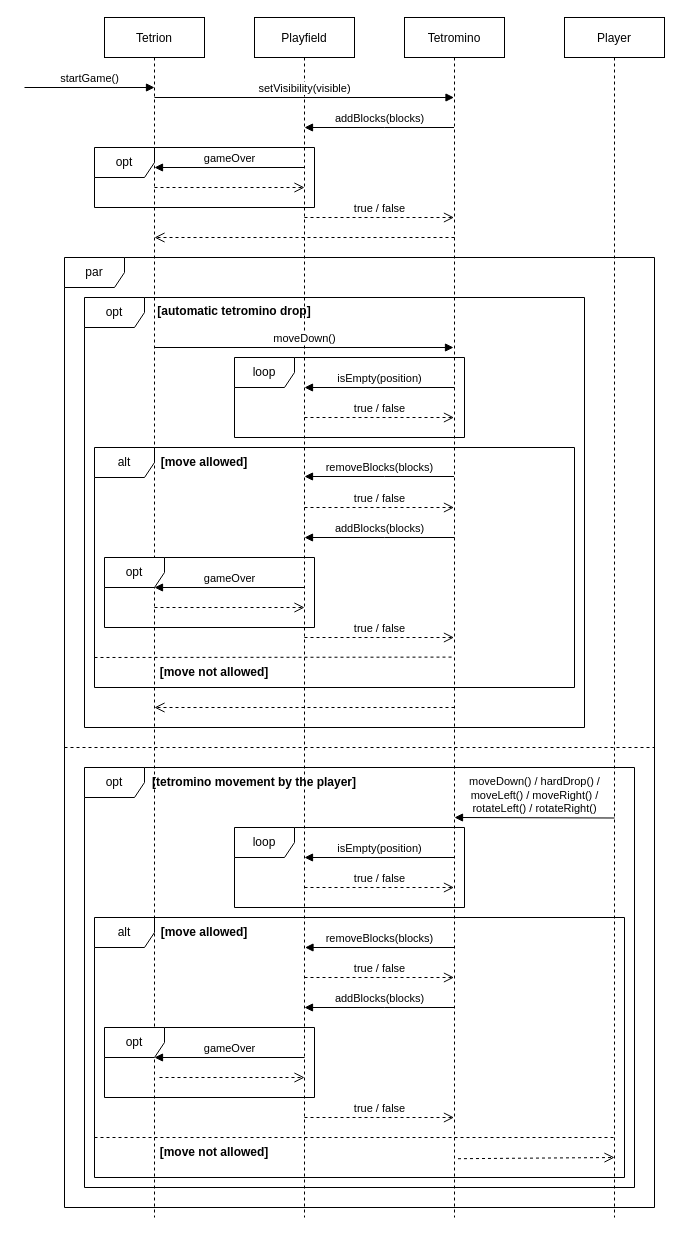
Before: design/subsystem-interactions.drawio in attila-ks/tetris, a draw.io diagram. Source tidied: cells renumbered, new cells numbered last; positions are measured from the earlier drawing's top-left corner, leaving out a move shared by most shapes. Both pictures are drawn from the tidied source at 100%, with x=0, y=0 at pixel (24, 17).
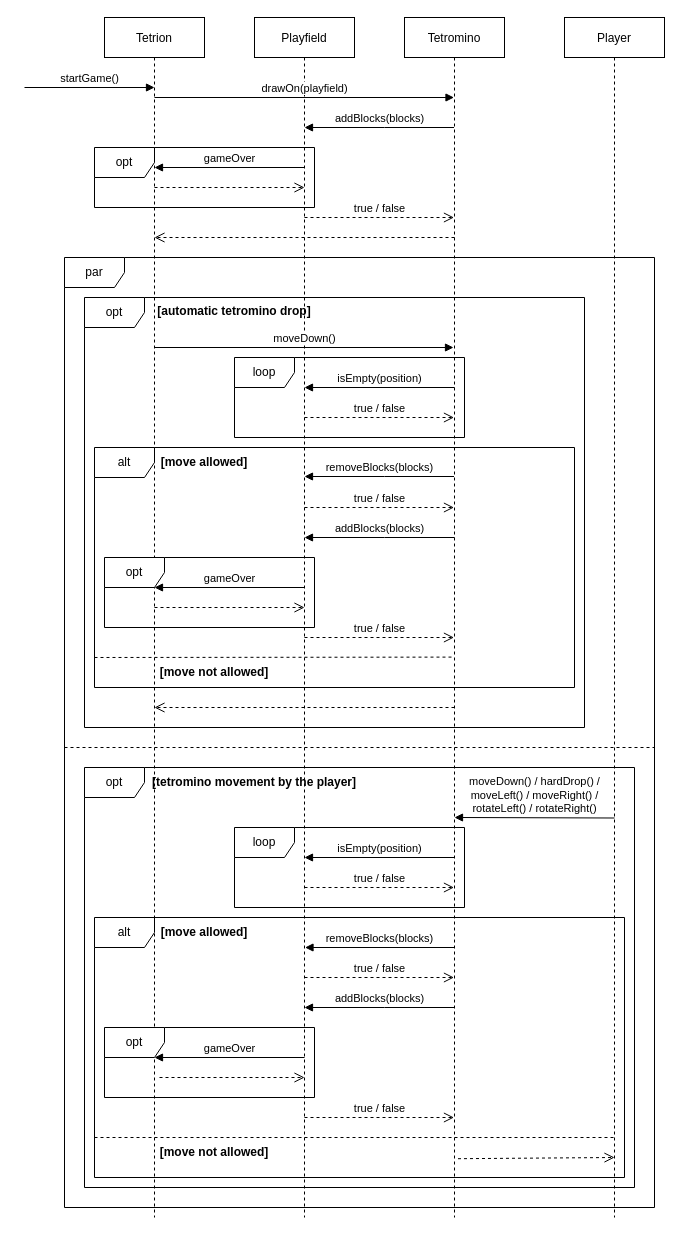
Above is the later version.

Commit message:
Update sequence diagram of subsystem interactions

Unchanged cells that the change refers to:
```xml
<mxCell id="17" value="Tetromino" style="shape=umlLifeline;perimeter=lifelinePerimeter;rounded=0;shadow=0;strokeWidth=1;" parent="1" vertex="1">
  <mxGeometry x="380" width="100" height="1200" as="geometry" />
</mxCell>
```

What changed in the source:
```diff
@@
-    <mxCell id="16" value="setVisibility(visible)" style="html=1;verticalAlign=bottom;endArrow=block;rounded=0;" parent="1" edge="1" target="17">
+    <mxCell id="16" value="drawOn(playfield)" style="html=1;verticalAlign=bottom;endArrow=block;rounded=0;" parent="1" edge="1" target="17">
       <mxGeometry relative="1" as="geometry">
         <mxPoint x="130" y="80" as="sourcePoint" />
       </mxGeometry>
     </mxCell>
```
